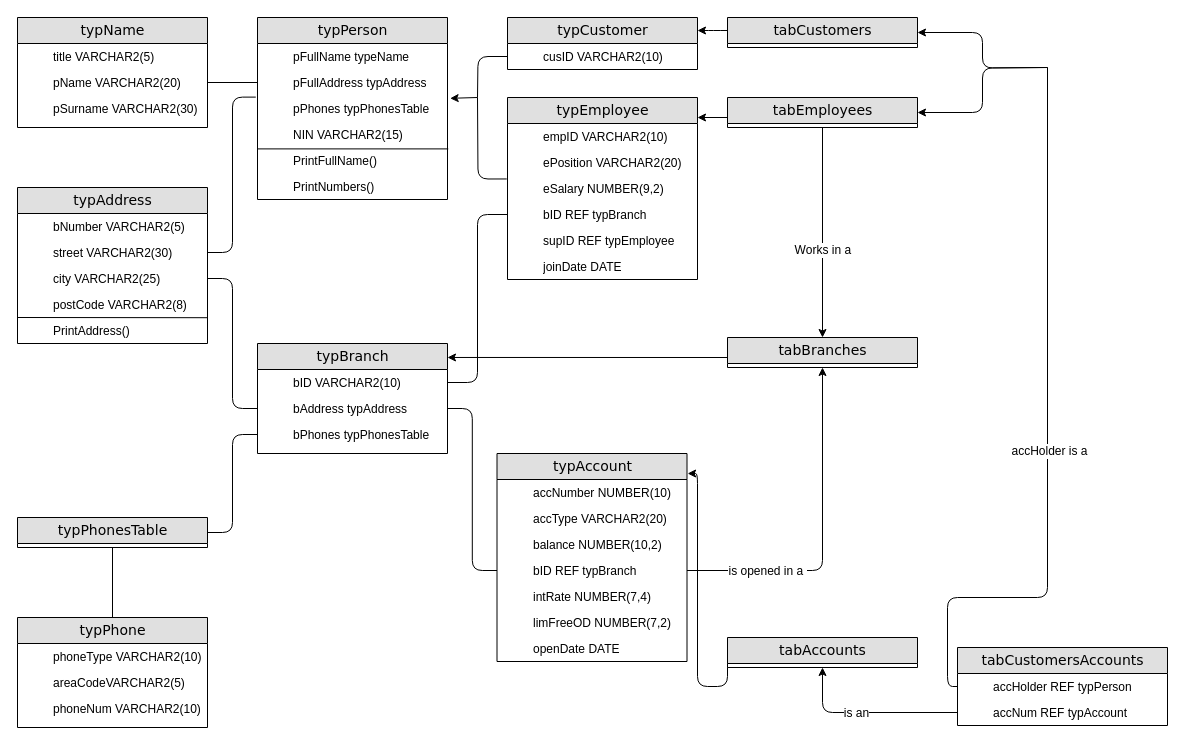
Above: Types Diagram.drawio in thisMarco/Advanced-Database-Systems (draw.io), before the change. Source tidied: cells renumbered, new cells numbered last; positions are measured from the earlier drawing's top-left corner, leaving out a move shared by most shapes. Both pictures are drawn from the tidied source at 100%, with x=0, y=0 at pixel (17, 17).
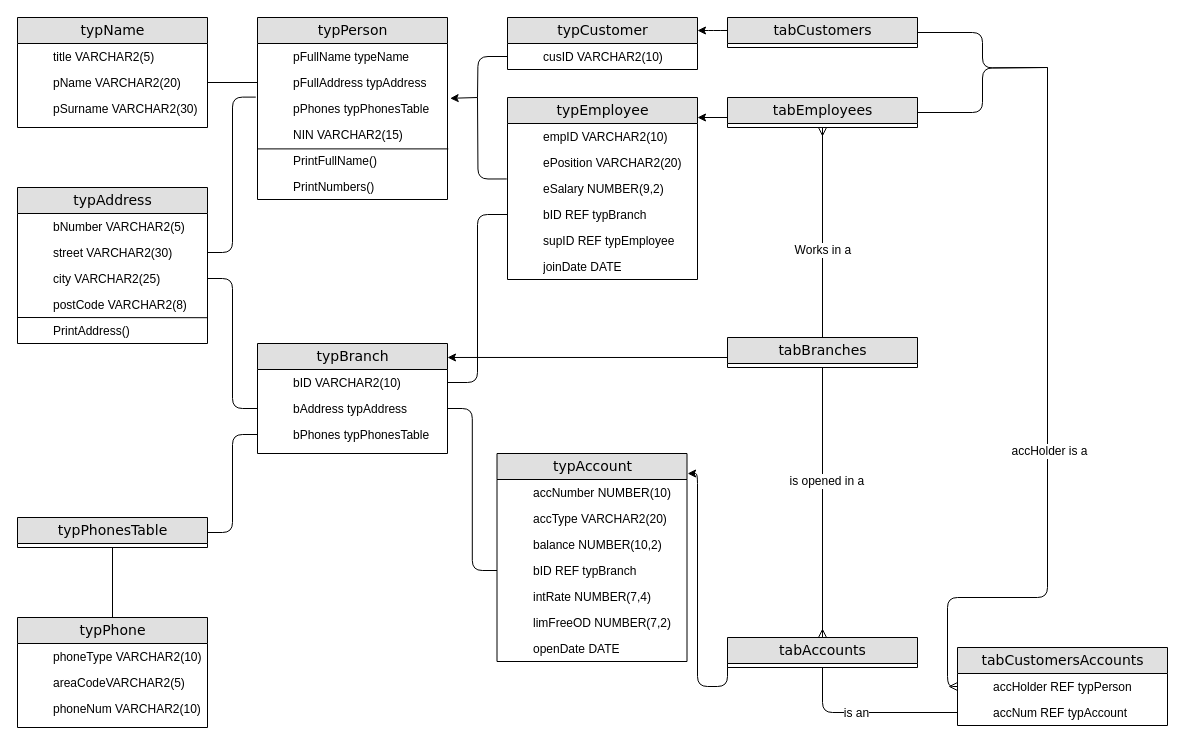
After the change.

Unchanged cells that the change refers to:
```xml
<mxCell id="44" value="bID REF typBranch" style="shape=partialRectangle;top=0;left=0;right=0;bottom=0;html=1;align=left;verticalAlign=top;fillColor=none;spacingLeft=34;spacingRight=4;whiteSpace=wrap;overflow=hidden;points=[[0,0.5],[1,0.5]];portConstraint=eastwest;" parent="40" vertex="1">
  <mxGeometry y="104" width="190" height="26" as="geometry" />
</mxCell>
<mxCell id="59" value="tabEmployees" style="swimlane;html=1;fontStyle=0;horizontal=1;startSize=26;fillColor=#e0e0e0;swimlaneFillColor=#ffffff;align=center;rounded=0;shadow=0;comic=0;labelBackgroundColor=none;strokeWidth=1;fontFamily=Verdana;fontSize=14;" parent="1" vertex="1">
  <mxGeometry x="710" y="80" width="190" height="30" as="geometry" />
</mxCell>
<mxCell id="60" value="tabCustomers" style="swimlane;html=1;fontStyle=0;horizontal=1;startSize=26;fillColor=#e0e0e0;swimlaneFillColor=#ffffff;align=center;rounded=0;shadow=0;comic=0;labelBackgroundColor=none;strokeWidth=1;fontFamily=Verdana;fontSize=14;" parent="1" vertex="1">
  <mxGeometry x="710" width="190" height="30" as="geometry" />
</mxCell>
<mxCell id="66" value="accHolder REF typPerson" style="shape=partialRectangle;top=0;left=0;right=0;bottom=0;html=1;align=left;verticalAlign=top;fillColor=none;spacingLeft=34;spacingRight=4;whiteSpace=wrap;overflow=hidden;points=[[0,0.5],[1,0.5]];portConstraint=eastwest;fontSize=12;" parent="65" vertex="1">
  <mxGeometry y="26" width="210" height="26" as="geometry" />
</mxCell>
<mxCell id="67" value="accNum REF typAccount" style="shape=partialRectangle;top=0;left=0;right=0;bottom=0;html=1;align=left;verticalAlign=top;fillColor=none;spacingLeft=34;spacingRight=4;whiteSpace=wrap;overflow=hidden;points=[[0,0.5],[1,0.5]];portConstraint=eastwest;fontSize=12;" parent="65" vertex="1">
  <mxGeometry y="52" width="210" height="26" as="geometry" />
</mxCell>
<mxCell id="71" value="tabBranches" style="swimlane;html=1;fontStyle=0;horizontal=1;startSize=26;fillColor=#e0e0e0;swimlaneFillColor=#ffffff;align=center;rounded=0;shadow=0;comic=0;labelBackgroundColor=none;strokeWidth=1;fontFamily=Verdana;fontSize=14;" parent="1" vertex="1">
  <mxGeometry x="710" y="320" width="190" height="30" as="geometry" />
</mxCell>
<mxCell id="76" value="tabAccounts" style="swimlane;html=1;fontStyle=0;horizontal=1;startSize=26;fillColor=#e0e0e0;swimlaneFillColor=#ffffff;align=center;rounded=0;shadow=0;comic=0;labelBackgroundColor=none;strokeWidth=1;fontFamily=Verdana;fontSize=14;" parent="1" vertex="1">
  <mxGeometry x="710" y="620" width="190" height="30" as="geometry" />
</mxCell>
```

Change to the diagram source:
```diff
@@
-    <mxCell id="61" style="endArrow=none;html=1;fontSize=12;entryX=0;entryY=0.5;entryDx=0;entryDy=0;edgeStyle=orthogonalEdgeStyle;" parent="1" edge="1" target="66">
+    <mxCell id="61" style="endArrow=ERmany;html=1;fontSize=12;entryX=0;entryY=0.5;entryDx=0;entryDy=0;edgeStyle=orthogonalEdgeStyle;endFill=0;" parent="1" edge="1" target="66">
       <mxGeometry relative="1" as="geometry">
         <mxPoint x="1030" y="50" as="sourcePoint" />
         <Array as="points">
           <mxPoint x="1030" y="580" />
           <mxPoint x="930" y="580" />
           <mxPoint x="930" y="669" />
         </Array>
       </mxGeometry>
     </mxCell>
@@
-    <mxCell id="63" style="endArrow=classic;html=1;fontSize=12;entryX=1;entryY=0.5;entryDx=0;entryDy=0;edgeStyle=orthogonalEdgeStyle;" parent="1" edge="1" target="60">
+    <mxCell id="63" style="endArrow=none;html=1;fontSize=12;entryX=1;entryY=0.5;entryDx=0;entryDy=0;edgeStyle=orthogonalEdgeStyle;endFill=0;" parent="1" edge="1" target="60">
       <mxGeometry relative="1" as="geometry">
         <mxPoint x="1030" y="50" as="sourcePoint" />
       </mxGeometry>
     </mxCell>
-    <mxCell id="64" style="endArrow=classic;html=1;fontSize=12;entryX=1;entryY=0.5;entryDx=0;entryDy=0;edgeStyle=orthogonalEdgeStyle;" parent="1" edge="1" target="59">
+    <mxCell id="64" style="endArrow=none;html=1;fontSize=12;entryX=1;entryY=0.5;entryDx=0;entryDy=0;edgeStyle=orthogonalEdgeStyle;endFill=0;" parent="1" edge="1" target="59">
       <mxGeometry relative="1" as="geometry">
         <mxPoint x="1030" y="50" as="sourcePoint" />
       </mxGeometry>
     </mxCell>
@@
-    <mxCell id="68" style="endArrow=classic;html=1;fontSize=12;exitX=0;exitY=0.5;exitDx=0;exitDy=0;entryX=0.5;entryY=1;entryDx=0;entryDy=0;edgeStyle=orthogonalEdgeStyle;" parent="1" edge="1" source="67" target="76">
+    <mxCell id="68" style="endArrow=none;html=1;fontSize=12;exitX=0;exitY=0.5;exitDx=0;exitDy=0;entryX=0.5;entryY=1;entryDx=0;entryDy=0;edgeStyle=orthogonalEdgeStyle;endFill=0;startArrow=none;startFill=0;" parent="1" edge="1" source="67" target="76">
       <mxGeometry relative="1" as="geometry" />
     </mxCell>
@@
-    <mxCell id="72" style="endArrow=classic;html=1;fontSize=12;exitX=0.5;exitY=1;exitDx=0;exitDy=0;entryX=0.5;entryY=0;entryDx=0;entryDy=0;" parent="1" edge="1" source="59" target="71">
+    <mxCell id="72" style="endArrow=none;html=1;fontSize=12;exitX=0.5;exitY=1;exitDx=0;exitDy=0;entryX=0.5;entryY=0;entryDx=0;entryDy=0;startArrow=ERmany;startFill=0;endFill=0;" parent="1" edge="1" source="59" target="71">
       <mxGeometry relative="1" as="geometry" />
     </mxCell>
@@
-    <mxCell id="74" style="endArrow=classic;html=1;fontSize=12;exitX=1;exitY=0.5;exitDx=0;exitDy=0;entryX=0.5;entryY=1;entryDx=0;entryDy=0;edgeStyle=orthogonalEdgeStyle;" parent="1" edge="1" source="44" target="71">
+    <mxCell id="74" style="endArrow=none;html=1;fontSize=12;exitX=0.5;exitY=0;exitDx=0;exitDy=0;entryX=0.5;entryY=1;entryDx=0;entryDy=0;edgeStyle=orthogonalEdgeStyle;startArrow=ERmany;startFill=0;endFill=0;" parent="1" edge="1" source="76" target="71">
       <mxGeometry relative="1" as="geometry" />
     </mxCell>
     <mxCell id="75" value="is opened in a&amp;nbsp;" style="text;html=1;align=center;verticalAlign=middle;labelBackgroundColor=#ffffff;fontSize=12;" parent="74" vertex="1">
       <mxGeometry x="-0.76" y="-1" relative="1" as="geometry">
-        <mxPoint x="38.8" y="-1" as="offset" />
+        <mxPoint x="4" y="-125" as="offset" />
       </mxGeometry>
     </mxCell>
```
